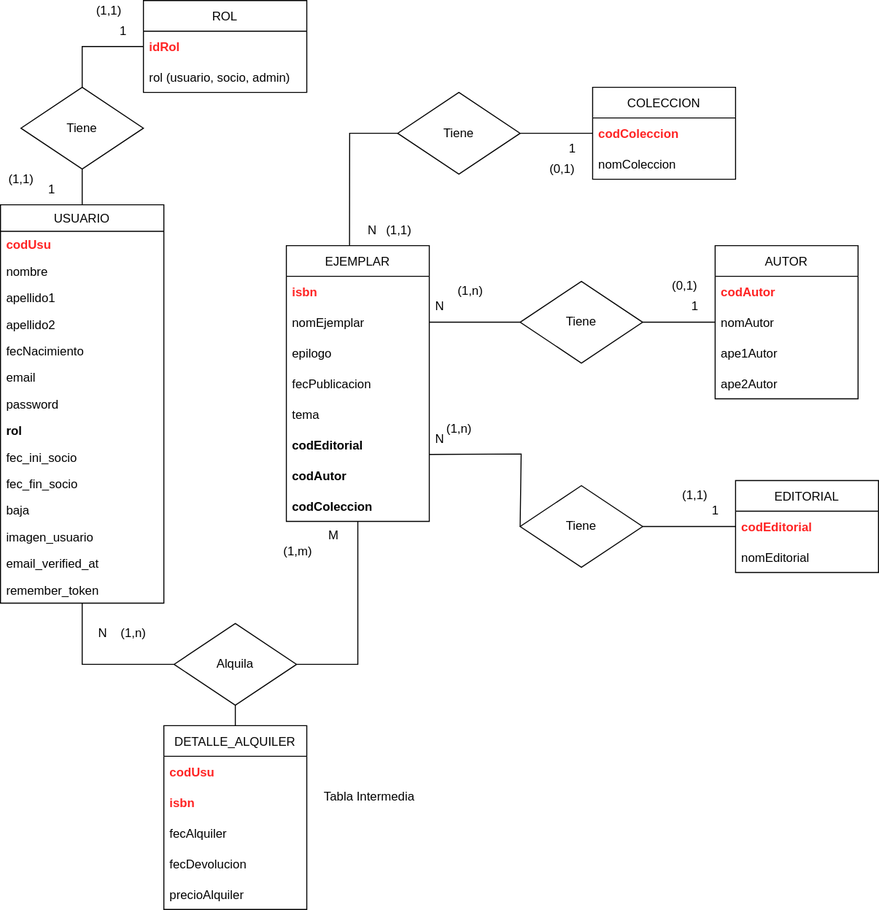
GheorgheBci/TheOwl keeps this draw.io diagram as TheOwl.drawio.svg. Above is the earlier version. Source tidied: cells renumbered, new cells last; positions are measured from the earlier drawing's top-left corner, leaving out a move shared by most shapes.
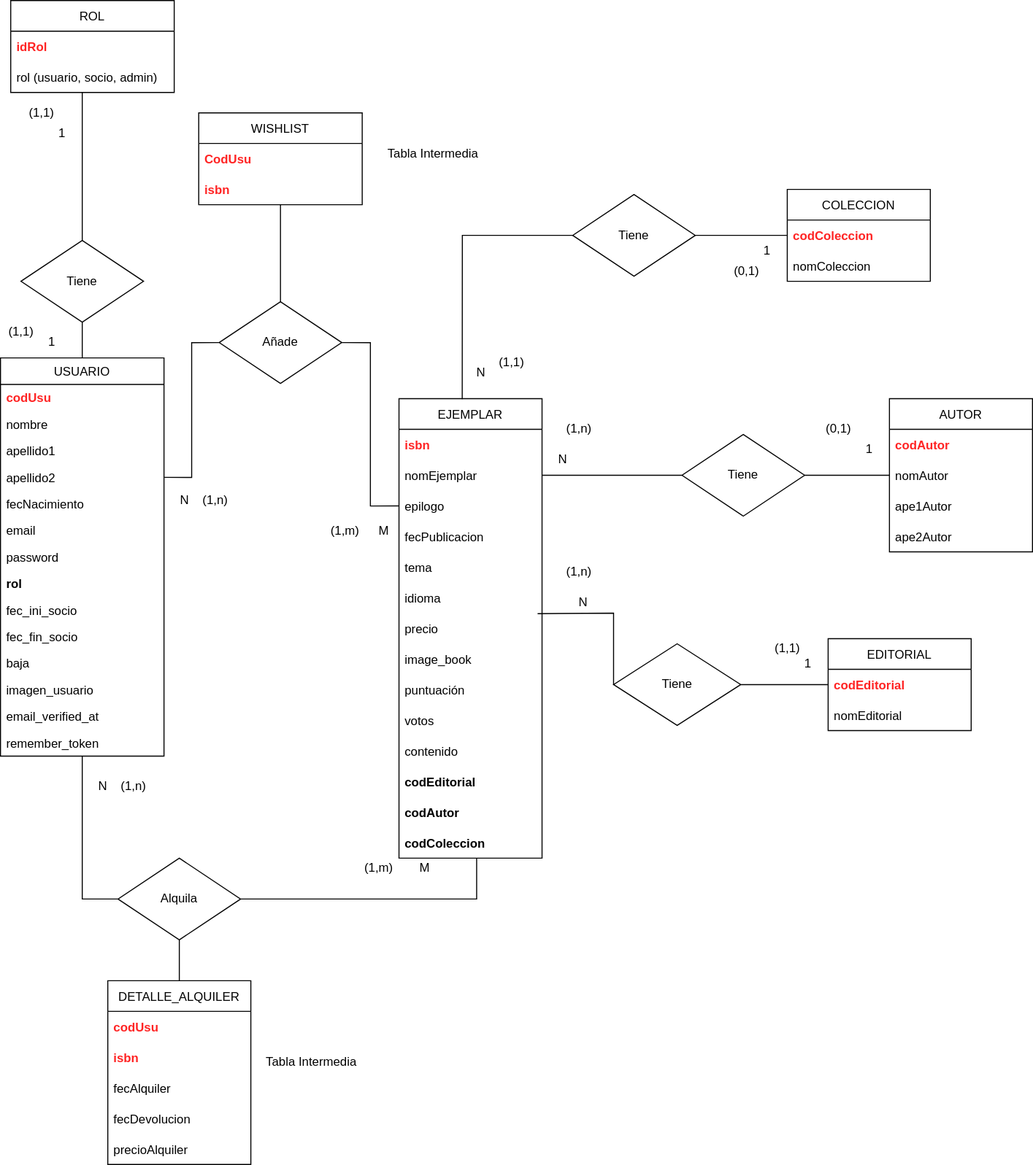
The same diagram one commit later.

Commit message:
Actualización del Diagrama E/R y cambio en la función de cambiar imagen

The edit, as a diff of the source:
```diff
@@ -48,7 +48,7 @@
       <mxGeometry y="364" width="160" height="26" as="geometry" />
     </mxCell>
     <mxCell id="17" value="ROL" style="swimlane;fontStyle=0;horizontal=1;startSize=30;" parent="1" vertex="1">
-      <mxGeometry x="140" width="160" height="90" as="geometry" />
+      <mxGeometry x="10" y="-150" width="160" height="90" as="geometry" />
     </mxCell>
     <mxCell id="18" value="idRol" style="text;strokeColor=none;fillColor=none;align=left;verticalAlign=middle;spacingLeft=4;spacingRight=4;overflow=hidden;points=[[0,0.5],[1,0.5]];portConstraint=eastwest;fontStyle=1;fontColor=#FF2424;" parent="17" vertex="1">
       <mxGeometry y="30" width="160" height="30" as="geometry" />
@@ -57,7 +57,7 @@
       <mxGeometry y="60" width="160" height="30" as="geometry" />
     </mxCell>
     <mxCell id="20" value="EJEMPLAR" style="swimlane;fontStyle=0;horizontal=1;startSize=30;" parent="1" vertex="1">
-      <mxGeometry x="280" y="240" width="140" height="270" as="geometry" />
+      <mxGeometry x="390" y="240" width="140" height="450" as="geometry" />
     </mxCell>
     <mxCell id="21" value="isbn " style="text;strokeColor=none;fillColor=none;align=left;verticalAlign=middle;spacingLeft=4;spacingRight=4;overflow=hidden;fontStyle=1;fontColor=#FF2424;" parent="20" vertex="1">
       <mxGeometry y="30" width="140" height="30" as="geometry" />
@@ -74,17 +74,35 @@
     <mxCell id="25" value="tema" style="text;strokeColor=none;fillColor=none;align=left;verticalAlign=middle;spacingLeft=4;spacingRight=4;overflow=hidden;" parent="20" vertex="1">
       <mxGeometry y="150" width="140" height="30" as="geometry" />
     </mxCell>
+    <mxCell id="83" value="idioma" style="text;strokeColor=none;fillColor=none;align=left;verticalAlign=middle;spacingLeft=4;spacingRight=4;overflow=hidden;" parent="20" vertex="1">
+      <mxGeometry y="180" width="140" height="30" as="geometry" />
+    </mxCell>
+    <mxCell id="84" value="precio" style="text;strokeColor=none;fillColor=none;align=left;verticalAlign=middle;spacingLeft=4;spacingRight=4;overflow=hidden;points=[[0,0.5],[1,0.5]];portConstraint=eastwest;" parent="20" vertex="1">
+      <mxGeometry y="210" width="140" height="30" as="geometry" />
+    </mxCell>
+    <mxCell id="85" value="image_book" style="text;strokeColor=none;fillColor=none;align=left;verticalAlign=middle;spacingLeft=4;spacingRight=4;overflow=hidden;" parent="20" vertex="1">
+      <mxGeometry y="240" width="140" height="30" as="geometry" />
+    </mxCell>
+    <mxCell id="86" value="puntuación" style="text;strokeColor=none;fillColor=none;align=left;verticalAlign=middle;spacingLeft=4;spacingRight=4;overflow=hidden;" parent="20" vertex="1">
+      <mxGeometry y="270" width="140" height="30" as="geometry" />
+    </mxCell>
+    <mxCell id="87" value="votos" style="text;strokeColor=none;fillColor=none;align=left;verticalAlign=middle;spacingLeft=4;spacingRight=4;overflow=hidden;" parent="20" vertex="1">
+      <mxGeometry y="300" width="140" height="30" as="geometry" />
+    </mxCell>
+    <mxCell id="88" value="contenido" style="text;strokeColor=none;fillColor=none;align=left;verticalAlign=middle;spacingLeft=4;spacingRight=4;overflow=hidden;" parent="20" vertex="1">
+      <mxGeometry y="330" width="140" height="30" as="geometry" />
+    </mxCell>
     <mxCell id="26" value="codEditorial" style="text;strokeColor=none;fillColor=none;align=left;verticalAlign=middle;spacingLeft=4;spacingRight=4;overflow=hidden;points=[[0,0.5],[1,0.5]];portConstraint=eastwest;fontStyle=1;" parent="20" vertex="1">
-      <mxGeometry y="180" width="140" height="30" as="geometry" />
+      <mxGeometry y="360" width="140" height="30" as="geometry" />
     </mxCell>
     <mxCell id="27" value="codAutor" style="text;strokeColor=none;fillColor=none;align=left;verticalAlign=middle;spacingLeft=4;spacingRight=4;overflow=hidden;fontStyle=1;" parent="20" vertex="1">
-      <mxGeometry y="210" width="140" height="30" as="geometry" />
+      <mxGeometry y="390" width="140" height="30" as="geometry" />
     </mxCell>
     <mxCell id="28" value="codColeccion" style="text;strokeColor=none;fillColor=none;align=left;verticalAlign=middle;spacingLeft=4;spacingRight=4;overflow=hidden;points=[[0,0.5],[1,0.5]];portConstraint=eastwest;fontStyle=1;" parent="20" vertex="1">
-      <mxGeometry y="240" width="140" height="30" as="geometry" />
+      <mxGeometry y="420" width="140" height="30" as="geometry" />
     </mxCell>
     <mxCell id="29" value="DETALLE_ALQUILER" style="swimlane;fontStyle=0;horizontal=1;startSize=30;" parent="1" vertex="1">
-      <mxGeometry x="160" y="710" width="140" height="180" as="geometry" />
+      <mxGeometry x="105" y="810" width="140" height="180" as="geometry" />
     </mxCell>
     <mxCell id="30" value="codUsu" style="text;strokeColor=none;fillColor=none;align=left;verticalAlign=middle;spacingLeft=4;spacingRight=4;overflow=hidden;fontStyle=1;fontColor=#FF2424;" parent="29" vertex="1">
       <mxGeometry y="30" width="140" height="30" as="geometry" />
@@ -102,7 +120,7 @@
       <mxGeometry y="150" width="140" height="30" as="geometry" />
     </mxCell>
     <mxCell id="35" value="COLECCION" style="swimlane;fontStyle=0;horizontal=1;startSize=30;" parent="1" vertex="1">
-      <mxGeometry x="580" y="85" width="140" height="90" as="geometry" />
+      <mxGeometry x="770" y="35" width="140" height="90" as="geometry" />
     </mxCell>
     <mxCell id="36" value="codColeccion" style="text;strokeColor=none;fillColor=none;align=left;verticalAlign=middle;spacingLeft=4;spacingRight=4;overflow=hidden;points=[[0,0.5],[1,0.5]];portConstraint=eastwest;fontStyle=1;fontColor=#FF2424;" parent="35" vertex="1">
       <mxGeometry y="30" width="140" height="30" as="geometry" />
@@ -111,7 +129,7 @@
       <mxGeometry y="60" width="140" height="30" as="geometry" />
     </mxCell>
     <mxCell id="38" value="AUTOR" style="swimlane;fontStyle=0;horizontal=1;startSize=30;" parent="1" vertex="1">
-      <mxGeometry x="700" y="240" width="140" height="150" as="geometry" />
+      <mxGeometry x="870" y="240" width="140" height="150" as="geometry" />
     </mxCell>
     <mxCell id="39" value="codAutor" style="text;strokeColor=none;fillColor=none;align=left;verticalAlign=middle;spacingLeft=4;spacingRight=4;overflow=hidden;fontStyle=1;fontColor=#FF2424;" parent="38" vertex="1">
       <mxGeometry y="30" width="140" height="30" as="geometry" />
@@ -126,7 +144,7 @@
       <mxGeometry y="120" width="140" height="30" as="geometry" />
     </mxCell>
     <mxCell id="43" value="EDITORIAL" style="swimlane;fontStyle=0;horizontal=1;startSize=30;" parent="1" vertex="1">
-      <mxGeometry x="720" y="470" width="140" height="90" as="geometry" />
+      <mxGeometry x="810" y="475" width="140" height="90" as="geometry" />
     </mxCell>
     <mxCell id="44" value="codEditorial" style="text;strokeColor=none;fillColor=none;align=left;verticalAlign=middle;spacingLeft=4;spacingRight=4;overflow=hidden;points=[[0,0.5],[1,0.5]];portConstraint=eastwest;fontStyle=1;fontColor=#FF2424;" parent="43" vertex="1">
       <mxGeometry y="30" width="140" height="30" as="geometry" />
@@ -138,77 +156,79 @@
       <mxGeometry x="40" y="175" width="20" height="20" as="geometry" />
     </mxCell>
     <mxCell id="47" value="1" style="text;html=1;align=center;verticalAlign=middle;strokeColor=none;fillColor=none;" parent="1" vertex="1">
-      <mxGeometry x="110" y="20" width="20" height="20" as="geometry" />
+      <mxGeometry x="50" y="-30" width="20" height="20" as="geometry" />
     </mxCell>
     <mxCell id="48" value="N" style="text;html=1;align=center;verticalAlign=middle;strokeColor=none;fillColor=none;" parent="1" vertex="1">
       <mxGeometry x="90" y="610" width="20" height="20" as="geometry" />
     </mxCell>
     <mxCell id="49" value="M" style="text;html=1;align=center;verticalAlign=middle;strokeColor=none;fillColor=none;" parent="1" vertex="1">
-      <mxGeometry x="311" y="514" width="30" height="20" as="geometry" />
+      <mxGeometry x="400" y="690" width="30" height="20" as="geometry" />
     </mxCell>
     <mxCell id="50" value="1" style="text;html=1;align=center;verticalAlign=middle;strokeColor=none;fillColor=none;" parent="1" vertex="1">
-      <mxGeometry x="550" y="135" width="20" height="20" as="geometry" />
+      <mxGeometry x="740" y="85" width="20" height="20" as="geometry" />
     </mxCell>
     <mxCell id="51" value="N" style="text;html=1;align=center;verticalAlign=middle;strokeColor=none;fillColor=none;" parent="1" vertex="1">
-      <mxGeometry x="354" y="215" width="20" height="20" as="geometry" />
+      <mxGeometry x="460" y="205" width="20" height="20" as="geometry" />
     </mxCell>
     <mxCell id="52" value="1" style="text;html=1;align=center;verticalAlign=middle;strokeColor=none;fillColor=none;" parent="1" vertex="1">
-      <mxGeometry x="670" y="290" width="20" height="20" as="geometry" />
+      <mxGeometry x="840" y="280" width="20" height="20" as="geometry" />
     </mxCell>
     <mxCell id="53" value="N" style="text;html=1;align=center;verticalAlign=middle;strokeColor=none;fillColor=none;" parent="1" vertex="1">
-      <mxGeometry x="420" y="290" width="20" height="20" as="geometry" />
+      <mxGeometry x="540" y="290" width="20" height="20" as="geometry" />
     </mxCell>
     <mxCell id="54" value="1" style="text;html=1;align=center;verticalAlign=middle;strokeColor=none;fillColor=none;" parent="1" vertex="1">
-      <mxGeometry x="690" y="490" width="20" height="20" as="geometry" />
+      <mxGeometry x="780" y="490" width="20" height="20" as="geometry" />
     </mxCell>
     <mxCell id="55" value="N" style="text;html=1;align=center;verticalAlign=middle;strokeColor=none;fillColor=none;" parent="1" vertex="1">
-      <mxGeometry x="420" y="420" width="20" height="20" as="geometry" />
+      <mxGeometry x="560" y="430" width="20" height="20" as="geometry" />
     </mxCell>
     <mxCell id="56" value="(1,1)" style="text;html=1;align=center;verticalAlign=middle;strokeColor=none;fillColor=none;" parent="1" vertex="1">
-      <mxGeometry x="86" width="40" height="20" as="geometry" />
+      <mxGeometry x="20" y="-50" width="40" height="20" as="geometry" />
     </mxCell>
     <mxCell id="57" value="(1,1)" style="text;html=1;align=center;verticalAlign=middle;strokeColor=none;fillColor=none;" parent="1" vertex="1">
       <mxGeometry y="165" width="40" height="20" as="geometry" />
     </mxCell>
     <mxCell id="58" value="(0,1)" style="text;html=1;align=center;verticalAlign=middle;strokeColor=none;fillColor=none;" parent="1" vertex="1">
-      <mxGeometry x="530" y="155" width="40" height="20" as="geometry" />
+      <mxGeometry x="710" y="105" width="40" height="20" as="geometry" />
     </mxCell>
     <mxCell id="59" value="(1,1)" style="text;html=1;align=center;verticalAlign=middle;strokeColor=none;fillColor=none;" parent="1" vertex="1">
-      <mxGeometry x="370" y="215" width="40" height="20" as="geometry" />
+      <mxGeometry x="480" y="195" width="40" height="20" as="geometry" />
     </mxCell>
     <mxCell id="60" value="(0,1)" style="text;html=1;align=center;verticalAlign=middle;strokeColor=none;fillColor=none;" parent="1" vertex="1">
-      <mxGeometry x="650" y="270" width="40" height="20" as="geometry" />
+      <mxGeometry x="800" y="260" width="40" height="20" as="geometry" />
     </mxCell>
     <mxCell id="61" value="(1,n)" style="text;html=1;align=center;verticalAlign=middle;strokeColor=none;fillColor=none;" parent="1" vertex="1">
-      <mxGeometry x="440" y="275" width="40" height="20" as="geometry" />
+      <mxGeometry x="546" y="260" width="40" height="20" as="geometry" />
     </mxCell>
     <mxCell id="62" value="(1,1)" style="text;html=1;align=center;verticalAlign=middle;strokeColor=none;fillColor=none;" parent="1" vertex="1">
-      <mxGeometry x="660" y="475" width="40" height="20" as="geometry" />
+      <mxGeometry x="750" y="475" width="40" height="20" as="geometry" />
     </mxCell>
     <mxCell id="63" value="(1,n)" style="text;html=1;align=center;verticalAlign=middle;strokeColor=none;fillColor=none;" parent="1" vertex="1">
-      <mxGeometry x="429" y="410" width="40" height="20" as="geometry" />
+      <mxGeometry x="546" y="400" width="40" height="20" as="geometry" />
     </mxCell>
     <mxCell id="64" value="(1,n)" style="text;html=1;align=center;verticalAlign=middle;strokeColor=none;fillColor=none;" parent="1" vertex="1">
       <mxGeometry x="110" y="610" width="40" height="20" as="geometry" />
     </mxCell>
     <mxCell id="65" value="(1,m)" style="text;html=1;align=center;verticalAlign=middle;strokeColor=none;fillColor=none;" parent="1" vertex="1">
-      <mxGeometry x="271" y="530" width="40" height="20" as="geometry" />
+      <mxGeometry x="350" y="690" width="40" height="20" as="geometry" />
     </mxCell>
     <mxCell id="66" value="Alquila" style="rhombus;whiteSpace=wrap;html=1;" parent="1" vertex="1">
-      <mxGeometry x="170" y="610" width="120" height="80" as="geometry" />
+      <mxGeometry x="115" y="690" width="120" height="80" as="geometry" />
     </mxCell>
     <mxCell id="67" style="endArrow=none;html=1;rounded=0;exitX=0;exitY=0.5;exitDx=0;exitDy=0;entryX=0.5;entryY=1;entryDx=0;entryDy=0;" parent="1" edge="1" source="66" target="2">
       <mxGeometry relative="1" as="geometry">
         <Array as="points">
-          <mxPoint x="90" y="650" />
+          <mxPoint x="80" y="730" />
           <mxPoint x="80" y="650" />
         </Array>
       </mxGeometry>
     </mxCell>
-    <mxCell id="68" style="endArrow=none;html=1;rounded=0;exitX=1;exitY=0.5;exitDx=0;exitDy=0;" parent="1" edge="1" source="66" target="28">
+    <mxCell id="68" style="endArrow=none;html=1;rounded=0;exitX=1;exitY=0.5;exitDx=0;exitDy=0;" parent="1" edge="1" source="66">
       <mxGeometry relative="1" as="geometry">
+        <mxPoint x="466" y="690" as="targetPoint" />
         <Array as="points">
-          <mxPoint x="350" y="650" />
+          <mxPoint x="270" y="730" />
+          <mxPoint x="466" y="730" />
         </Array>
       </mxGeometry>
     </mxCell>
@@ -221,20 +241,21 @@
     <mxCell id="71" style="endArrow=none;html=1;rounded=0;exitX=0.5;exitY=0;exitDx=0;exitDy=0;entryX=0.5;entryY=1;entryDx=0;entryDy=0;" parent="1" edge="1" source="2" target="70">
       <mxGeometry relative="1" as="geometry" />
     </mxCell>
-    <mxCell id="72" style="endArrow=none;html=1;rounded=0;exitX=0.5;exitY=0;exitDx=0;exitDy=0;entryX=0;entryY=0.5;entryDx=0;entryDy=0;" parent="1" edge="1" source="70" target="18">
+    <mxCell id="72" style="endArrow=none;html=1;rounded=0;exitX=0.5;exitY=0;exitDx=0;exitDy=0;" parent="1" edge="1" source="70">
       <mxGeometry relative="1" as="geometry">
+        <mxPoint x="80" y="-60" as="targetPoint" />
         <Array as="points">
           <mxPoint x="80" y="45" />
         </Array>
       </mxGeometry>
     </mxCell>
     <mxCell id="73" value="Tiene" style="rhombus;whiteSpace=wrap;html=1;" parent="1" vertex="1">
-      <mxGeometry x="389" y="90" width="120" height="80" as="geometry" />
+      <mxGeometry x="560" y="40" width="120" height="80" as="geometry" />
     </mxCell>
     <mxCell id="74" style="endArrow=none;html=1;rounded=0;entryX=0;entryY=0.5;entryDx=0;entryDy=0;exitX=0.442;exitY=0.001;exitDx=0;exitDy=0;exitPerimeter=0;" parent="1" edge="1" source="20" target="73">
       <mxGeometry relative="1" as="geometry">
         <Array as="points">
-          <mxPoint x="342" y="130" />
+          <mxPoint x="452" y="80" />
         </Array>
       </mxGeometry>
     </mxCell>
@@ -242,7 +263,7 @@
       <mxGeometry relative="1" as="geometry" />
     </mxCell>
     <mxCell id="76" value="Tiene" style="rhombus;whiteSpace=wrap;html=1;" parent="1" vertex="1">
-      <mxGeometry x="509" y="275" width="120" height="80" as="geometry" />
+      <mxGeometry x="667" y="275" width="120" height="80" as="geometry" />
     </mxCell>
     <mxCell id="77" style="endArrow=none;html=1;rounded=0;entryX=0;entryY=0.5;entryDx=0;entryDy=0;exitX=1;exitY=0.5;exitDx=0;exitDy=0;" parent="1" edge="1" source="76" target="40">
       <mxGeometry relative="1" as="geometry" />
@@ -251,20 +272,56 @@
       <mxGeometry relative="1" as="geometry" />
     </mxCell>
     <mxCell id="79" value="Tiene" style="rhombus;whiteSpace=wrap;html=1;" parent="1" vertex="1">
-      <mxGeometry x="509" y="475" width="120" height="80" as="geometry" />
+      <mxGeometry x="600" y="480" width="124.5" height="80" as="geometry" />
     </mxCell>
     <mxCell id="80" style="endArrow=none;html=1;rounded=0;entryX=0;entryY=0.5;entryDx=0;entryDy=0;exitX=1;exitY=0.5;exitDx=0;exitDy=0;" parent="1" edge="1" source="79" target="44">
       <mxGeometry relative="1" as="geometry" />
     </mxCell>
-    <mxCell id="81" style="endArrow=none;html=1;rounded=0;entryX=0;entryY=0.5;entryDx=0;entryDy=0;exitX=1;exitY=0.816;exitDx=0;exitDy=0;exitPerimeter=0;" parent="1" edge="1" source="26" target="79">
+    <mxCell id="81" style="endArrow=none;html=1;rounded=0;entryX=0;entryY=0.5;entryDx=0;entryDy=0;exitX=0.969;exitY=0.018;exitDx=0;exitDy=0;exitPerimeter=0;" parent="1" edge="1" source="84" target="79">
       <mxGeometry relative="1" as="geometry">
         <Array as="points">
-          <mxPoint x="510" y="444" />
+          <mxPoint x="600" y="450" />
         </Array>
       </mxGeometry>
     </mxCell>
     <mxCell id="82" value="Tabla Intermedia" style="text;html=1;align=center;verticalAlign=middle;strokeColor=none;fillColor=none;" parent="1" vertex="1">
-      <mxGeometry x="311" y="770" width="100" height="20" as="geometry" />
+      <mxGeometry x="254" y="880" width="100" height="20" as="geometry" />
     </mxCell>
+    <mxCell id="89" style="edgeStyle=orthogonalEdgeStyle;rounded=0;jettySize=auto;html=1;endArrow=none;endFill=0;" parent="1" edge="1" source="90" target="93">
+      <mxGeometry relative="1" as="geometry" />
+    </mxCell>
+    <mxCell id="90" value="WISHLIST" style="swimlane;fontStyle=0;horizontal=1;startSize=30;" parent="1" vertex="1">
+      <mxGeometry x="194" y="-40" width="160" height="90" as="geometry" />
+    </mxCell>
+    <mxCell id="91" value="CodUsu" style="text;strokeColor=none;fillColor=none;align=left;verticalAlign=middle;spacingLeft=4;spacingRight=4;overflow=hidden;fontStyle=1;fontColor=#FF2424;" parent="90" vertex="1">
+      <mxGeometry y="30" width="160" height="30" as="geometry" />
+    </mxCell>
+    <mxCell id="92" value="isbn" style="text;strokeColor=none;fillColor=none;align=left;verticalAlign=middle;spacingLeft=4;spacingRight=4;overflow=hidden;fontStyle=1;fontColor=#FF2424;" parent="90" vertex="1">
+      <mxGeometry y="60" width="160" height="30" as="geometry" />
+    </mxCell>
+    <mxCell id="93" value="Añade" style="rhombus;whiteSpace=wrap;html=1;" parent="1" vertex="1">
+      <mxGeometry x="214" y="145" width="120" height="80" as="geometry" />
+    </mxCell>
+    <mxCell id="94" style="edgeStyle=orthogonalEdgeStyle;rounded=0;jettySize=auto;html=1;exitX=1;exitY=0.5;exitDx=0;exitDy=0;entryX=0;entryY=0.5;entryDx=0;entryDy=0;endArrow=none;endFill=0;" parent="1" edge="1" source="6" target="93">
+      <mxGeometry relative="1" as="geometry" />
+    </mxCell>
+    <mxCell id="95" style="edgeStyle=orthogonalEdgeStyle;rounded=0;jettySize=auto;html=1;exitX=0;exitY=0.5;exitDx=0;exitDy=0;entryX=1;entryY=0.5;entryDx=0;entryDy=0;endArrow=none;endFill=0;" parent="1" edge="1" source="23" target="93">
+      <mxGeometry relative="1" as="geometry" />
+    </mxCell>
+    <mxCell id="96" value="Tabla Intermedia" style="text;html=1;align=center;verticalAlign=middle;strokeColor=none;fillColor=none;" parent="1" vertex="1">
+      <mxGeometry x="373" y="-10" width="100" height="20" as="geometry" />
+    </mxCell>
+    <mxCell id="97" value="N" style="text;html=1;align=center;verticalAlign=middle;strokeColor=none;fillColor=none;" parent="1" vertex="1">
+      <mxGeometry x="170" y="330" width="20" height="20" as="geometry" />
+    </mxCell>
+    <mxCell id="98" value="(1,n)" style="text;html=1;align=center;verticalAlign=middle;strokeColor=none;fillColor=none;" parent="1" vertex="1">
+      <mxGeometry x="190" y="330" width="40" height="20" as="geometry" />
+    </mxCell>
+    <mxCell id="99" value="M" style="text;html=1;align=center;verticalAlign=middle;strokeColor=none;fillColor=none;" parent="1" vertex="1">
+      <mxGeometry x="360" y="360" width="30" height="20" as="geometry" />
+    </mxCell>
+    <mxCell id="100" value="(1,m)" style="text;html=1;align=center;verticalAlign=middle;strokeColor=none;fillColor=none;" parent="1" vertex="1">
+      <mxGeometry x="317" y="360" width="40" height="20" as="geometry" />
+    </mxCell>
   </root>
 </mxGraphModel>
```
